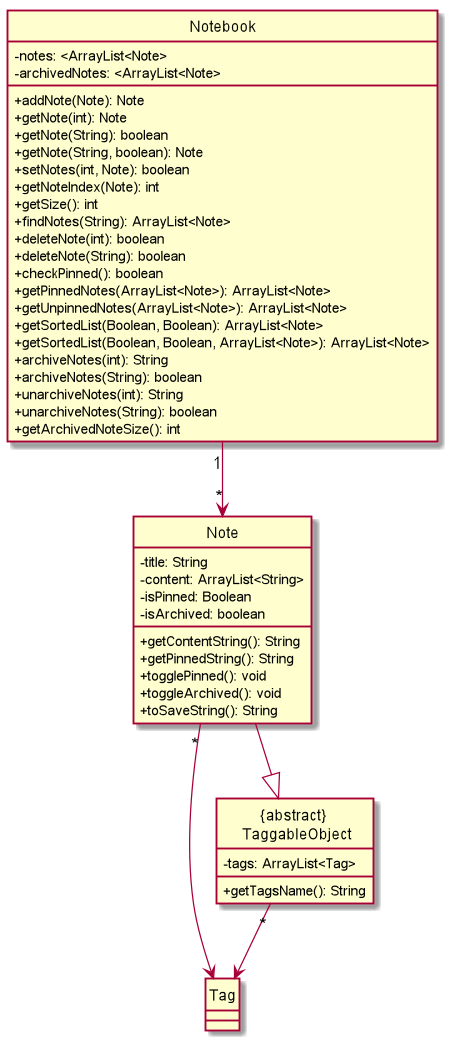
Above: docs/diagrams/out/NotebookObject.png in nus-cs2113-AY2021S1/tp (PlantUML), before the change.
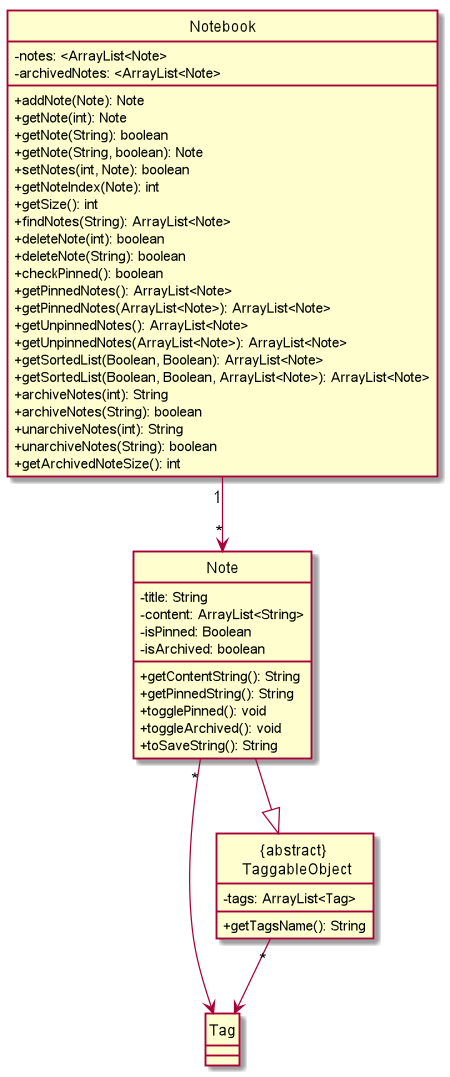
The same file after the commit.

Change to the diagram source:
```diff
@@ -22,7 +22,9 @@
 +deleteNote(int): boolean
 +deleteNote(String): boolean
 +checkPinned(): boolean
++getPinnedNotes(): ArrayList<Note>
 +getPinnedNotes(ArrayList<Note>): ArrayList<Note>
++getUnpinnedNotes(): ArrayList<Note>
 +getUnpinnedNotes(ArrayList<Note>): ArrayList<Note>
 +getSortedList(Boolean, Boolean): ArrayList<Note>
 +getSortedList(Boolean, Boolean, ArrayList<Note>): ArrayList<Note>
```
